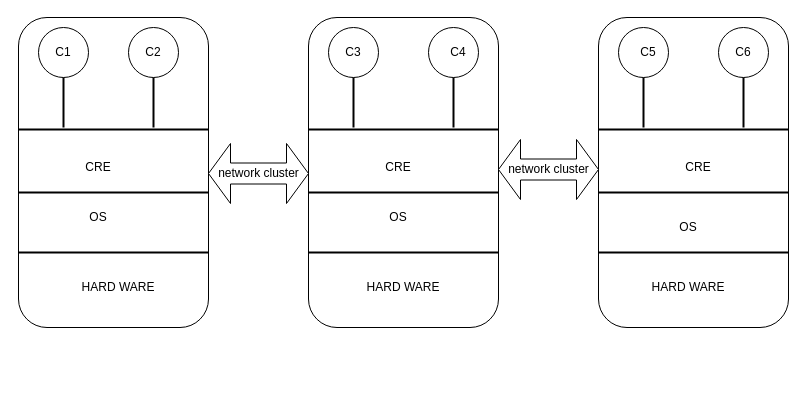
Earlier version of the draw.io diagram kubernet@six.drawio (ashisnishanka/kubernet). Source tidied: cells renumbered, new cells numbered last; positions are measured from the earlier drawing's top-left corner, leaving out a move shared by most shapes. Both pictures are drawn from the tidied source at 100%, with x=0, y=0 at pixel (18, 17).
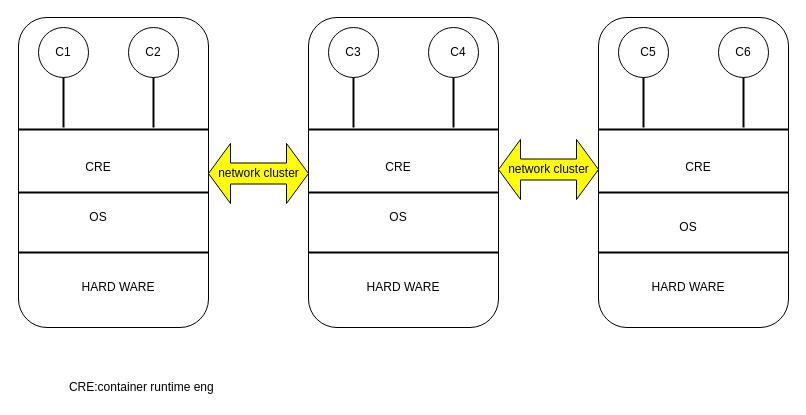
The same diagram, later.

Change to the diagram source:
```diff
@@
-    <mxCell id="41" value="network cluster" style="html=1;shadow=0;dashed=0;align=center;verticalAlign=middle;shape=mxgraph.arrows2.twoWayArrow;dy=0.65;dx=22;" parent="1" vertex="1">
+    <mxCell id="41" value="network cluster" style="html=1;shadow=0;dashed=0;align=center;verticalAlign=middle;shape=mxgraph.arrows2.twoWayArrow;dy=0.65;dx=22;fillColor=#FFFF00;" parent="1" vertex="1">
       <mxGeometry x="190" y="126" width="100" height="60" as="geometry" />
     </mxCell>
-    <mxCell id="42" value="network cluster" style="html=1;shadow=0;dashed=0;align=center;verticalAlign=middle;shape=mxgraph.arrows2.twoWayArrow;dy=0.65;dx=22;" parent="1" vertex="1">
+    <mxCell id="42" value="network cluster" style="html=1;shadow=0;dashed=0;align=center;verticalAlign=middle;shape=mxgraph.arrows2.twoWayArrow;dy=0.65;dx=22;fillColor=#FFFF00;" parent="1" vertex="1">
       <mxGeometry x="480" y="122" width="100" height="60" as="geometry" />
     </mxCell>
+    <mxCell id="43" value="CRE:container runtime eng&amp;nbsp;" style="text;html=1;strokeColor=none;fillColor=none;align=center;verticalAlign=middle;whiteSpace=wrap;rounded=0;" parent="1" vertex="1">
+      <mxGeometry x="40" y="360" width="170" height="20" as="geometry" />
+    </mxCell>
```
